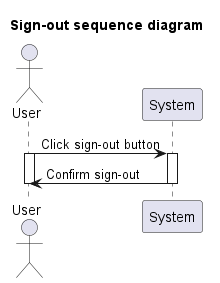
Above: Lab1.2/Sequence diagram/Sign Out.png in baonehe/SE357-Pratice-class (PlantUML), before the change.
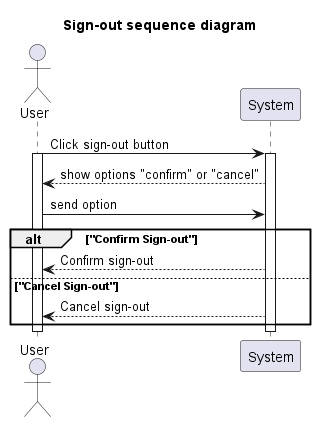
Above is the later version.

Diff of the diagram source:
```diff
@@ -4,10 +4,20 @@
 actor User
 participant System
 
-User -> System : Click sign-out button
-activate System
-activate User
-System -> User : Confirm sign-out
+
+  User -> System: Click sign-out button
+  activate System
+  activate User
+  System --> User: show options "confirm" or "cancel"
+  User -> System : send option
+  alt "Confirm Sign-out"
+    System --> User: Confirm sign-out
+  else "Cancel Sign-out"
+    System --> User: Cancel sign-out
+
+  end
+
+  deactivate System
 deactivate User
-deactivate System
+
 @enduml
```
